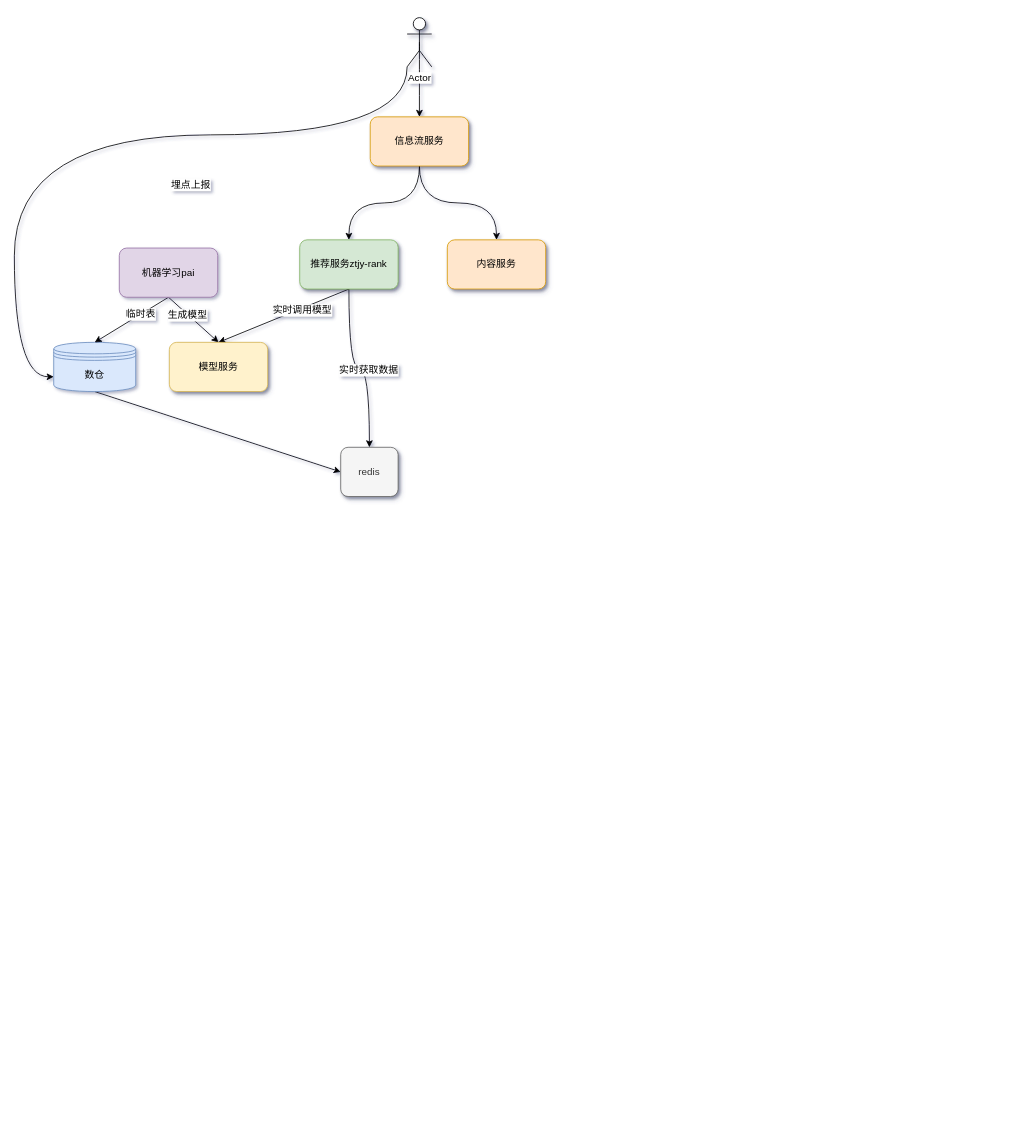
Earlier version of the draw.io diagram 推荐系统-架构图.drawio (mufool/draw). Source tidied: cells renumbered, new cells numbered last; positions are measured from the earlier drawing's top-left corner, leaving out a move shared by most shapes. Both pictures are drawn from the tidied source at 82%, with x=0, y=0 at pixel (14, 17).
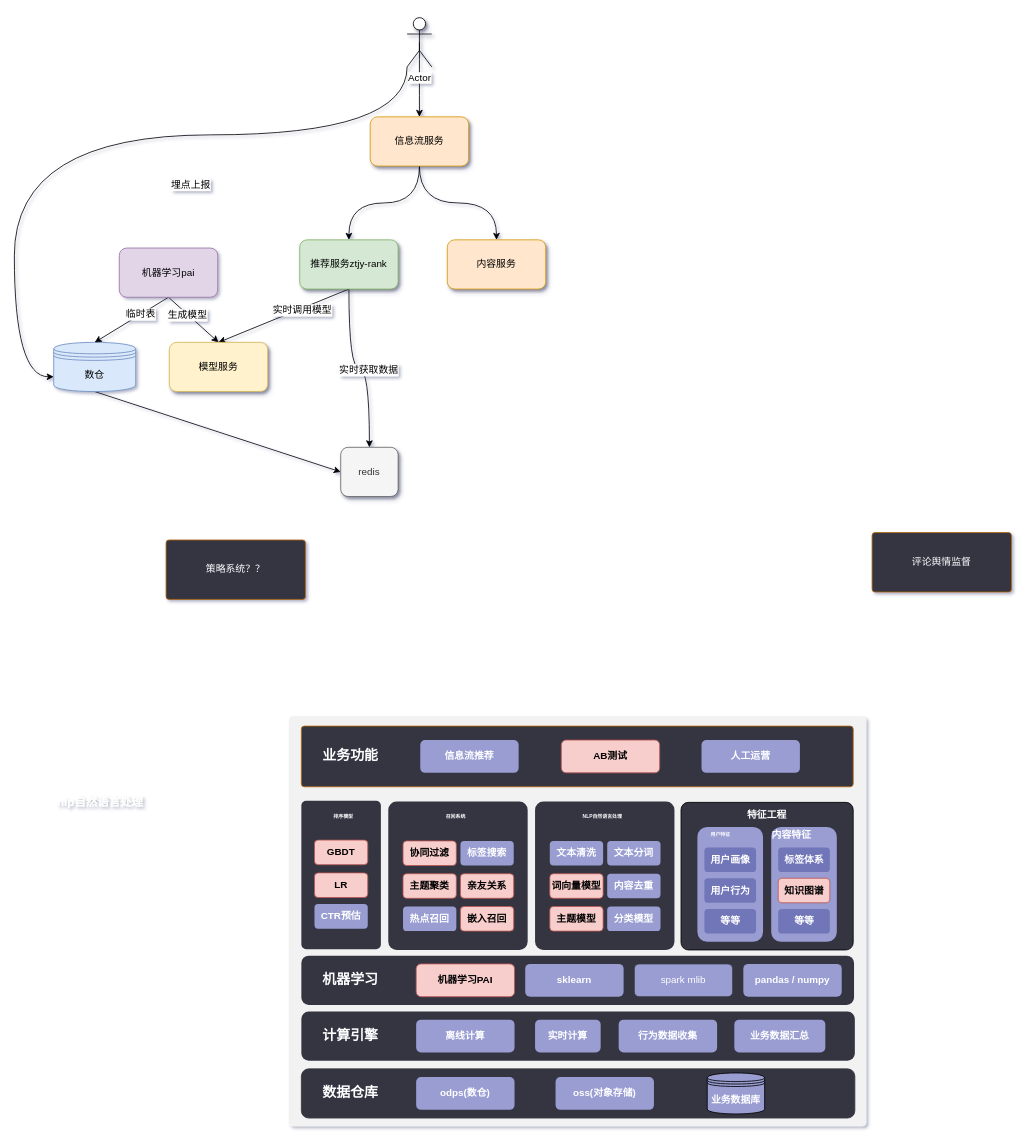
The same diagram, later.

Commit message:
更新推荐系统-架构图.drawio

The edit, as a diff of the source:
```diff
@@
+    <mxCell id="24" style="rounded=1;whiteSpace=wrap;html=1;shadow=0;fillColor=#F2F2F2;strokeColor=none;glass=0;comic=0;arcSize=1;" parent="1" vertex="1">
+      <mxGeometry x="335" y="852" width="704" height="500" as="geometry" />
+    </mxCell>
+    <mxCell id="25" style="rounded=1;whiteSpace=wrap;html=1;shadow=0;fillColor=#343643;strokeColor=#36393d;" parent="1" vertex="1">
+      <mxGeometry x="350" y="1282" width="675" height="60" as="geometry" />
+    </mxCell>
+    <mxCell id="26" value="&lt;span style=&quot;white-space: normal&quot;&gt;oss(对象存储)&lt;/span&gt;" style="rounded=1;whiteSpace=wrap;html=1;shadow=0;fillColor=#999DD2;strokeColor=none;gradientColor=none;fontColor=#FFFFFF;fontStyle=1;dashed=1;strokeWidth=1;perimeterSpacing=4;" parent="1" vertex="1">
+      <mxGeometry x="660" y="1292" width="120" height="40" as="geometry" />
+    </mxCell>
+    <mxCell id="27" style="rounded=1;whiteSpace=wrap;html=1;fillColor=#343643;strokeColor=none;" parent="1" vertex="1">
+      <mxGeometry x="350" y="1212" width="675" height="60" as="geometry" />
+    </mxCell>
+    <mxCell id="28" value="nlp自然语言处理" style="text;html=1;strokeColor=none;fillColor=none;align=center;verticalAlign=middle;whiteSpace=wrap;rounded=0;fontSize=14;fontStyle=1;fontColor=#FFFFFF;" parent="1" vertex="1">
+      <mxGeometry x="40" y="947" width="130" height="20" as="geometry" />
+    </mxCell>
+    <mxCell id="29" value="&lt;span style=&quot;white-space: normal&quot;&gt;odps(数仓)&lt;/span&gt;" style="rounded=1;whiteSpace=wrap;html=1;shadow=0;fillColor=#999DD2;strokeColor=none;gradientColor=none;fontColor=#FFFFFF;fontStyle=1;dashed=1;strokeWidth=1;perimeterSpacing=4;" parent="1" vertex="1">
+      <mxGeometry x="490" y="1292" width="120" height="40" as="geometry" />
+    </mxCell>
+    <mxCell id="30" value="业务数据库" style="shape=datastore;whiteSpace=wrap;html=1;shadow=0;fillColor=#999DD2;strokeColor=#000000;gradientColor=none;fontStyle=1;fontColor=#FFFFFF;" parent="1" vertex="1">
+      <mxGeometry x="845" y="1287" width="70" height="50" as="geometry" />
+    </mxCell>
+    <mxCell id="31" value="数据仓库" style="text;html=1;strokeColor=none;fillColor=none;align=center;verticalAlign=middle;whiteSpace=wrap;rounded=0;shadow=1;fontFamily=Comic Sans MS;fontSize=17;fontStyle=1;fontColor=#FFFFFF;" parent="1" vertex="1">
+      <mxGeometry x="370" y="1302" width="80" height="20" as="geometry" />
+    </mxCell>
+    <mxCell id="32" value="离线计算" style="rounded=1;whiteSpace=wrap;html=1;shadow=0;fillColor=#999DD2;strokeColor=none;fontColor=#FFFFFF;fontStyle=1;" parent="1" vertex="1">
+      <mxGeometry x="490" y="1222" width="120" height="40" as="geometry" />
+    </mxCell>
+    <mxCell id="33" value="实时计算" style="rounded=1;whiteSpace=wrap;html=1;shadow=0;fillColor=#999DD2;strokeColor=none;fontColor=#FFFFFF;fontStyle=1;" parent="1" vertex="1">
+      <mxGeometry x="635" y="1222" width="80" height="40" as="geometry" />
+    </mxCell>
+    <mxCell id="34" value="计算引擎" style="text;html=1;strokeColor=none;fillColor=none;align=center;verticalAlign=middle;whiteSpace=wrap;rounded=0;shadow=1;fontFamily=Comic Sans MS;fontSize=17;fontStyle=1;fontColor=#FFFFFF;" parent="1" vertex="1">
+      <mxGeometry x="370" y="1232" width="80" height="20" as="geometry" />
+    </mxCell>
+    <mxCell id="35" value="业务数据汇总" style="rounded=1;whiteSpace=wrap;html=1;shadow=0;fillColor=#999DD2;strokeColor=none;fontColor=#FFFFFF;fontStyle=1;" parent="1" vertex="1">
+      <mxGeometry x="878" y="1222" width="111" height="40" as="geometry" />
+    </mxCell>
+    <mxCell id="36" value="行为数据收集" style="rounded=1;whiteSpace=wrap;html=1;shadow=0;fillColor=#999DD2;strokeColor=none;fontColor=#FFFFFF;fontStyle=1;" parent="1" vertex="1">
+      <mxGeometry x="737" y="1222" width="120" height="40" as="geometry" />
+    </mxCell>
+    <mxCell id="37" style="group;" parent="1" vertex="1">
+      <mxGeometry x="813" y="957" width="210" height="180" as="geometry" />
+    </mxCell>
+    <mxCell id="38" style="rounded=1;whiteSpace=wrap;html=1;arcSize=5;fillColor=#343643;" parent="37" vertex="1">
+      <mxGeometry width="210" height="180" as="geometry" />
+    </mxCell>
+    <mxCell id="39" value="特征工程" style="text;html=1;strokeColor=none;fillColor=none;align=center;verticalAlign=middle;whiteSpace=wrap;rounded=0;fontStyle=1;fontColor=#FFFFFF;" parent="37" vertex="1">
+      <mxGeometry x="45" y="5" width="120" height="20" as="geometry" />
+    </mxCell>
+    <mxCell id="40" style="rounded=1;whiteSpace=wrap;html=1;shadow=0;fillColor=#999DD2;strokeColor=none;fontColor=#FFFFFF;fontStyle=1;" parent="37" vertex="1">
+      <mxGeometry x="20" y="30" width="80" height="140" as="geometry" />
+    </mxCell>
+    <mxCell id="41" style="rounded=1;whiteSpace=wrap;html=1;shadow=0;fillColor=#999DD2;strokeColor=none;fontColor=#FFFFFF;fontStyle=1;" parent="37" vertex="1">
+      <mxGeometry x="110" y="30" width="80" height="140" as="geometry" />
+    </mxCell>
+    <mxCell id="42" value="用户特征" style="text;html=1;strokeColor=none;fillColor=none;align=center;verticalAlign=middle;whiteSpace=wrap;rounded=0;fontColor=#FFFFFF;fontStyle=1;fontSize=6;arcSize=12;horizontal=1;" parent="37" vertex="1">
+      <mxGeometry x="17" y="30" width="63" height="20" as="geometry" />
+    </mxCell>
+    <mxCell id="43" value="内容特征" style="text;html=1;strokeColor=none;fillColor=none;align=center;verticalAlign=middle;whiteSpace=wrap;rounded=0;fontColor=#FFFFFF;fontStyle=1;" parent="37" vertex="1">
+      <mxGeometry x="105" y="30" width="60" height="20" as="geometry" />
+    </mxCell>
+    <mxCell id="44" value="用户画像" style="rounded=1;whiteSpace=wrap;html=1;shadow=0;fillColor=#7176B9;strokeColor=none;fontColor=#FFFFFF;fontStyle=1;" parent="37" vertex="1">
+      <mxGeometry x="28.5" y="55" width="63" height="30" as="geometry" />
+    </mxCell>
+    <mxCell id="45" value="用户行为" style="rounded=1;whiteSpace=wrap;html=1;shadow=0;fillColor=#7176B9;strokeColor=none;fontColor=#FFFFFF;fontStyle=1;" parent="37" vertex="1">
+      <mxGeometry x="28.5" y="92.5" width="63" height="30" as="geometry" />
+    </mxCell>
+    <mxCell id="46" value="等等" style="rounded=1;whiteSpace=wrap;html=1;shadow=0;fillColor=#7176B9;strokeColor=none;fontColor=#FFFFFF;fontStyle=1;" parent="37" vertex="1">
+      <mxGeometry x="28.5" y="130" width="63" height="30" as="geometry" />
+    </mxCell>
+    <mxCell id="47" value="标签体系" style="rounded=1;whiteSpace=wrap;html=1;shadow=0;fillColor=#7176B9;strokeColor=none;fontColor=#FFFFFF;fontStyle=1;" parent="37" vertex="1">
+      <mxGeometry x="118.5" y="55" width="63" height="30" as="geometry" />
+    </mxCell>
+    <mxCell id="48" value="知识图谱" style="rounded=1;whiteSpace=wrap;html=1;shadow=0;fillColor=#f8cecc;strokeColor=#b85450;fontStyle=1;" parent="37" vertex="1">
+      <mxGeometry x="118.5" y="92.5" width="63" height="30" as="geometry" />
+    </mxCell>
+    <mxCell id="49" value="等等" style="rounded=1;whiteSpace=wrap;html=1;shadow=0;fillColor=#7176B9;strokeColor=none;fontColor=#FFFFFF;fontStyle=1;" parent="37" vertex="1">
+      <mxGeometry x="118.5" y="130" width="63" height="30" as="geometry" />
+    </mxCell>
+    <mxCell id="50" style="rounded=1;whiteSpace=wrap;html=1;fillColor=#343643;strokeColor=#b46504;arcSize=5;fontColor=#FFFFFF;" parent="1" vertex="1">
+      <mxGeometry x="350" y="864" width="673" height="74" as="geometry" />
+    </mxCell>
+    <mxCell id="51" value="策略系统？？" style="rounded=1;whiteSpace=wrap;html=1;fillColor=#343643;strokeColor=#b46504;arcSize=5;fontColor=#FFFFFF;" parent="1" vertex="1">
+      <mxGeometry x="185" y="637" width="170" height="72.5" as="geometry" />
+    </mxCell>
+    <mxCell id="52" style="rounded=1;whiteSpace=wrap;html=1;fillColor=#343643;strokeColor=none;" parent="1" vertex="1">
+      <mxGeometry x="350" y="1144" width="674" height="60" as="geometry" />
+    </mxCell>
+    <mxCell id="53" value="机器学习" style="text;html=1;strokeColor=none;fillColor=none;align=center;verticalAlign=middle;whiteSpace=wrap;rounded=0;shadow=1;fontFamily=Comic Sans MS;fontSize=17;fontStyle=1;fontColor=#FFFFFF;" parent="1" vertex="1">
+      <mxGeometry x="370" y="1164" width="80" height="20" as="geometry" />
+    </mxCell>
+    <mxCell id="54" value="机器学习PAI" style="rounded=1;whiteSpace=wrap;html=1;shadow=0;fillColor=#f8cecc;strokeColor=#b85450;fontStyle=1;" parent="1" vertex="1">
+      <mxGeometry x="490" y="1154" width="120" height="40" as="geometry" />
+    </mxCell>
+    <mxCell id="55" value="sklearn" style="rounded=1;whiteSpace=wrap;html=1;shadow=0;fillColor=#999DD2;strokeColor=none;fontColor=#FFFFFF;fontStyle=1;" parent="1" vertex="1">
+      <mxGeometry x="623" y="1154" width="120" height="40" as="geometry" />
+    </mxCell>
+    <mxCell id="56" value="&lt;span style=&quot;font-weight: normal&quot;&gt;&lt;font color=&quot;#ffffff&quot;&gt;spark mlib&lt;/font&gt;&lt;/span&gt;" style="rounded=1;whiteSpace=wrap;html=1;shadow=0;fillColor=#999DD2;strokeColor=#36393d;fontStyle=1;" parent="1" vertex="1">
+      <mxGeometry x="756" y="1154" width="120" height="40" as="geometry" />
+    </mxCell>
+    <mxCell id="57" value="pandas / numpy" style="rounded=1;whiteSpace=wrap;html=1;shadow=0;fillColor=#999DD2;strokeColor=none;fontColor=#FFFFFF;fontStyle=1;" parent="1" vertex="1">
+      <mxGeometry x="889" y="1154" width="120" height="40" as="geometry" />
+    </mxCell>
+    <mxCell id="58" value="评论舆情监督" style="rounded=1;whiteSpace=wrap;html=1;fillColor=#343643;strokeColor=#b46504;arcSize=5;fontColor=#FFFFFF;" parent="1" vertex="1">
+      <mxGeometry x="1046" y="628" width="170" height="72.5" as="geometry" />
+    </mxCell>
+    <mxCell id="59" style="group;" parent="1" vertex="1">
+      <mxGeometry x="635" y="956" width="170" height="181" as="geometry" />
+    </mxCell>
+    <mxCell id="60" style="rounded=1;whiteSpace=wrap;html=1;fillColor=#343643;strokeColor=none;arcSize=6;" parent="59" vertex="1">
+      <mxGeometry width="170" height="181" as="geometry" />
+    </mxCell>
+    <mxCell id="61" value="&lt;span style=&quot;&quot;&gt;词向量模型&lt;/span&gt;" style="rounded=1;whiteSpace=wrap;html=1;shadow=0;fillColor=#f8cecc;strokeColor=#b85450;fontStyle=1;" parent="59" vertex="1">
+      <mxGeometry x="18" y="88" width="65" height="30" as="geometry" />
+    </mxCell>
+    <mxCell id="62" value="NLP自然语言处理" style="text;html=1;strokeColor=none;fillColor=none;align=center;verticalAlign=middle;whiteSpace=wrap;rounded=0;fontColor=#FFFFFF;fontStyle=1;fontSize=6;arcSize=12;horizontal=1;" parent="59" vertex="1">
+      <mxGeometry x="31" y="8" width="103" height="20" as="geometry" />
+    </mxCell>
+    <mxCell id="63" value="内容去重" style="rounded=1;whiteSpace=wrap;html=1;shadow=0;fillColor=#999DD2;strokeColor=none;fontColor=#FFFFFF;fontStyle=1;" parent="59" vertex="1">
+      <mxGeometry x="88" y="88" width="65" height="30" as="geometry" />
+    </mxCell>
+    <mxCell id="64" value="文本清洗" style="rounded=1;whiteSpace=wrap;html=1;shadow=0;fillColor=#999DD2;strokeColor=none;fontColor=#FFFFFF;fontStyle=1;" parent="59" vertex="1">
+      <mxGeometry x="18" y="48" width="65" height="30" as="geometry" />
+    </mxCell>
+    <mxCell id="65" value="文本分词" style="rounded=1;whiteSpace=wrap;html=1;shadow=0;fillColor=#999DD2;strokeColor=none;fontColor=#FFFFFF;fontStyle=1;" parent="59" vertex="1">
+      <mxGeometry x="88" y="48" width="65" height="30" as="geometry" />
+    </mxCell>
+    <mxCell id="66" value="分类模型" style="rounded=1;whiteSpace=wrap;html=1;shadow=0;fillColor=#999DD2;strokeColor=none;fontColor=#FFFFFF;fontStyle=1;" parent="59" vertex="1">
+      <mxGeometry x="88" y="128" width="65" height="30" as="geometry" />
+    </mxCell>
+    <mxCell id="67" value="主题模型" style="rounded=1;whiteSpace=wrap;html=1;shadow=0;fillColor=#f8cecc;strokeColor=#b85450;fontStyle=1;" parent="59" vertex="1">
+      <mxGeometry x="18" y="128" width="65" height="30" as="geometry" />
+    </mxCell>
+    <mxCell id="68" style="group;" parent="1" vertex="1">
+      <mxGeometry x="456" y="956" width="170" height="181" as="geometry" />
+    </mxCell>
+    <mxCell id="69" style="rounded=1;whiteSpace=wrap;html=1;fillColor=#343643;strokeColor=none;arcSize=6;" parent="68" vertex="1">
+      <mxGeometry width="170" height="181" as="geometry" />
+    </mxCell>
+    <mxCell id="70" value="主题聚类" style="rounded=1;whiteSpace=wrap;html=1;shadow=0;fillColor=#f8cecc;strokeColor=#b85450;fontStyle=1;" parent="68" vertex="1">
+      <mxGeometry x="18" y="88" width="65" height="30" as="geometry" />
+    </mxCell>
+    <mxCell id="71" value="召回系统" style="text;html=1;strokeColor=none;fillColor=none;align=center;verticalAlign=middle;whiteSpace=wrap;rounded=0;fontColor=#FFFFFF;fontStyle=1;fontSize=6;arcSize=12;horizontal=1;" parent="68" vertex="1">
+      <mxGeometry x="31" y="8" width="103" height="20" as="geometry" />
+    </mxCell>
+    <mxCell id="72" value="亲友关系" style="rounded=1;whiteSpace=wrap;html=1;shadow=0;fillColor=#f8cecc;strokeColor=#b85450;fontStyle=1;" parent="68" vertex="1">
+      <mxGeometry x="88" y="88" width="65" height="30" as="geometry" />
+    </mxCell>
+    <mxCell id="73" value="协同过滤" style="rounded=1;whiteSpace=wrap;html=1;shadow=0;fillColor=#f8cecc;strokeColor=#b85450;fontStyle=1;" parent="68" vertex="1">
+      <mxGeometry x="18" y="48" width="65" height="30" as="geometry" />
+    </mxCell>
+    <mxCell id="74" value="标签搜索" style="rounded=1;whiteSpace=wrap;html=1;shadow=0;fillColor=#999DD2;strokeColor=none;fontColor=#FFFFFF;fontStyle=1;" parent="68" vertex="1">
+      <mxGeometry x="88" y="48" width="65" height="30" as="geometry" />
+    </mxCell>
+    <mxCell id="75" value="嵌入召回" style="rounded=1;whiteSpace=wrap;html=1;shadow=0;fillColor=#f8cecc;strokeColor=#b85450;fontStyle=1;" parent="68" vertex="1">
+      <mxGeometry x="88" y="128" width="65" height="30" as="geometry" />
+    </mxCell>
+    <mxCell id="76" value="热点召回" style="rounded=1;whiteSpace=wrap;html=1;shadow=0;fillColor=#999DD2;strokeColor=none;fontColor=#FFFFFF;fontStyle=1;" parent="68" vertex="1">
+      <mxGeometry x="18" y="128" width="65" height="30" as="geometry" />
+    </mxCell>
+    <mxCell id="77" style="group;" parent="1" vertex="1">
+      <mxGeometry x="350" y="955" width="103" height="181" as="geometry" />
+    </mxCell>
+    <mxCell id="78" style="rounded=1;whiteSpace=wrap;html=1;fillColor=#343643;strokeColor=none;arcSize=6;" parent="77" vertex="1">
+      <mxGeometry width="97" height="181" as="geometry" />
+    </mxCell>
+    <mxCell id="79" value="LR" style="rounded=1;whiteSpace=wrap;html=1;shadow=0;fillColor=#f8cecc;strokeColor=#b85450;fontStyle=1;" parent="77" vertex="1">
+      <mxGeometry x="16" y="88" width="65" height="30" as="geometry" />
+    </mxCell>
+    <mxCell id="80" value="排序模型" style="text;html=1;strokeColor=none;fillColor=none;align=center;verticalAlign=middle;whiteSpace=wrap;rounded=0;fontColor=#FFFFFF;fontStyle=1;fontSize=6;arcSize=12;horizontal=1;" parent="77" vertex="1">
+      <mxGeometry y="10" width="103" height="20" as="geometry" />
+    </mxCell>
+    <mxCell id="81" value="GBDT" style="rounded=1;whiteSpace=wrap;html=1;shadow=0;fillColor=#f8cecc;strokeColor=#b85450;fontStyle=1;" parent="77" vertex="1">
+      <mxGeometry x="16" y="48" width="65" height="30" as="geometry" />
+    </mxCell>
+    <mxCell id="82" value="CTR预估" style="rounded=1;whiteSpace=wrap;html=1;shadow=0;fillColor=#999DD2;strokeColor=none;fontColor=#FFFFFF;fontStyle=1;" parent="77" vertex="1">
+      <mxGeometry x="16" y="126" width="65" height="30" as="geometry" />
+    </mxCell>
+    <mxCell id="83" value="业务功能" style="text;html=1;strokeColor=none;fillColor=none;align=center;verticalAlign=middle;whiteSpace=wrap;rounded=0;shadow=1;fontFamily=Comic Sans MS;fontSize=17;fontStyle=1;fontColor=#FFFFFF;" parent="1" vertex="1">
+      <mxGeometry x="370" y="891" width="80" height="20" as="geometry" />
+    </mxCell>
+    <mxCell id="84" value="信息流推荐" style="rounded=1;whiteSpace=wrap;html=1;shadow=0;fillColor=#999DD2;strokeColor=none;fontColor=#FFFFFF;fontStyle=1;" parent="1" vertex="1">
+      <mxGeometry x="495" y="881" width="120" height="40" as="geometry" />
+    </mxCell>
+    <mxCell id="85" value="AB测试" style="rounded=1;whiteSpace=wrap;html=1;shadow=0;fillColor=#f8cecc;strokeColor=#b85450;fontStyle=1;" parent="1" vertex="1">
+      <mxGeometry x="667" y="881" width="120" height="40" as="geometry" />
+    </mxCell>
+    <mxCell id="86" value="人工运营" style="rounded=1;whiteSpace=wrap;html=1;shadow=0;fillColor=#999DD2;strokeColor=none;fontColor=#FFFFFF;fontStyle=1;" parent="1" vertex="1">
+      <mxGeometry x="838" y="881" width="120" height="40" as="geometry" />
+    </mxCell>
```
